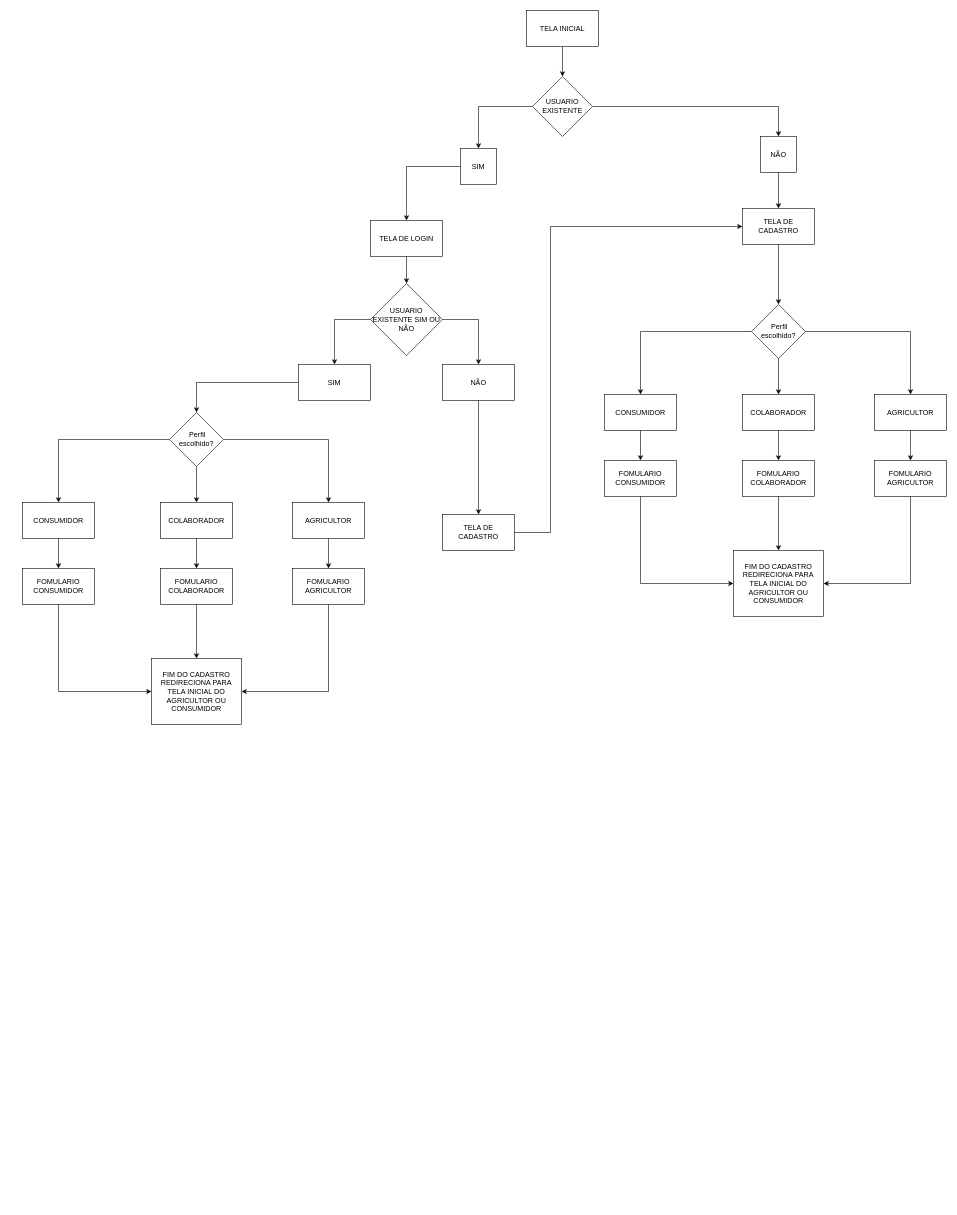
This is Diagrama sem nome.drawio from 4lisson0/cyberzone, a draw.io file, before an edit. Source tidied: cells renumbered, new cells numbered last; positions are measured from the earlier drawing's top-left corner, leaving out a move shared by most shapes. Both pictures are drawn from the tidied source at 60%, with x=0, y=0 at pixel (22, 10).
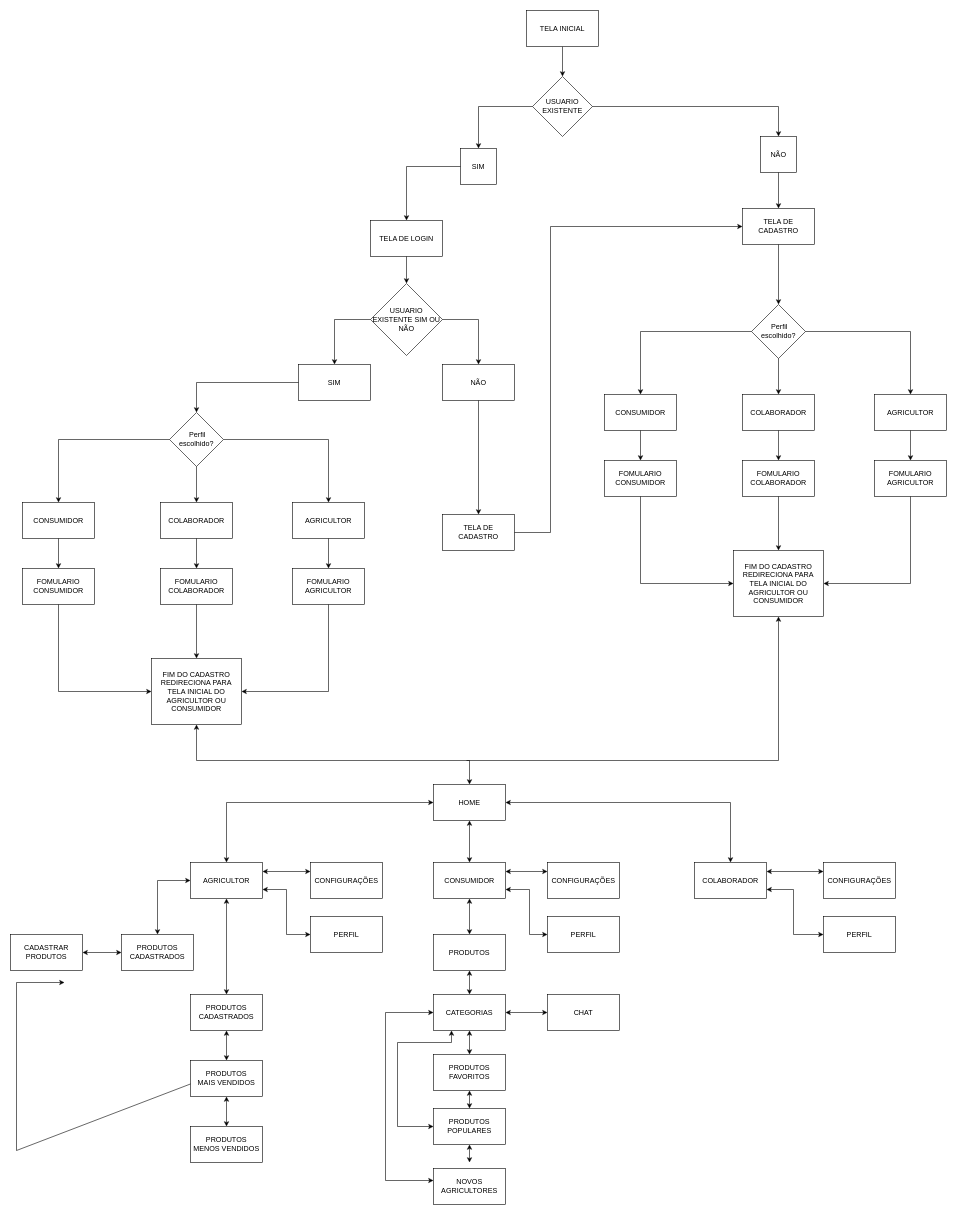
Above is the later version.

The change refers to these unchanged cells:
```xml
<mxCell id="15" value="SIM" style="rounded=0;whiteSpace=wrap;html=1;" parent="1" vertex="1">
  <mxGeometry x="460" y="590" width="120" height="60" as="geometry" />
</mxCell>
<mxCell id="24" value="AGRICULTOR" style="rounded=0;whiteSpace=wrap;html=1;" parent="1" vertex="1">
  <mxGeometry x="450" y="820" width="120" height="60" as="geometry" />
</mxCell>
<mxCell id="25" value="CONSUMIDOR" style="rounded=0;whiteSpace=wrap;html=1;" parent="1" vertex="1">
  <mxGeometry y="820" width="120" height="60" as="geometry" />
</mxCell>
<mxCell id="26" value="FOMULARIO CONSUMIDOR" style="rounded=0;whiteSpace=wrap;html=1;" parent="1" vertex="1">
  <mxGeometry y="930" width="120" height="60" as="geometry" />
</mxCell>
<mxCell id="27" value="FOMULARIO AGRICULTOR" style="rounded=0;whiteSpace=wrap;html=1;" parent="1" vertex="1">
  <mxGeometry x="450" y="930" width="120" height="60" as="geometry" />
</mxCell>
<mxCell id="54" value="FIM DO CADASTRO REDIRECIONA PARA TELA INICIAL DO AGRICULTOR OU CONSUMIDOR" style="rounded=0;whiteSpace=wrap;html=1;" parent="1" vertex="1">
  <mxGeometry x="1185" y="900" width="150" height="110" as="geometry" />
</mxCell>
```

Diff of the diagram source:
```diff
@@
-    <mxCell id="23" value="&lt;div&gt;&amp;nbsp;Perfil escolhido?&lt;/div&gt;" style="rhombus;whiteSpace=wrap;html=1;" parent="1" vertex="1">
-      <mxGeometry x="245" y="670" width="90" height="90" as="geometry" />
-    </mxCell>
@@
-    <mxCell id="28" style="endArrow=classic;html=1;rounded=0;entryX=0.5;entryY=0;entryDx=0;entryDy=0;exitX=0;exitY=0.5;exitDx=0;exitDy=0;" parent="1" edge="1" source="23" target="25">
-      <mxGeometry relative="1" as="geometry">
-        <Array as="points">
-          <mxPoint x="60" y="715" />
-        </Array>
-      </mxGeometry>
-    </mxCell>
-    <mxCell id="29" style="endArrow=classic;html=1;rounded=0;entryX=0.5;entryY=0;entryDx=0;entryDy=0;exitX=1;exitY=0.5;exitDx=0;exitDy=0;" parent="1" edge="1" source="23" target="24">
+    <mxCell id="29" style="endArrow=classic;html=1;rounded=0;entryX=0.5;entryY=0;entryDx=0;entryDy=0;exitX=1;exitY=0.5;exitDx=0;exitDy=0;" parent="1" edge="1" target="24">
       <mxGeometry relative="1" as="geometry">
+        <mxPoint x="335" y="715" as="sourcePoint" />
         <Array as="points">
           <mxPoint x="510" y="715" />
         </Array>
       </mxGeometry>
     </mxCell>
-    <mxCell id="30" style="endArrow=classic;html=1;rounded=0;exitX=0.5;exitY=1;exitDx=0;exitDy=0;entryX=0.5;entryY=0;entryDx=0;entryDy=0;" parent="1" edge="1" source="25" target="26">
-      <mxGeometry relative="1" as="geometry" />
-    </mxCell>
-    <mxCell id="31" style="endArrow=classic;html=1;rounded=0;exitX=0;exitY=0.5;exitDx=0;exitDy=0;entryX=0.5;entryY=0;entryDx=0;entryDy=0;" parent="1" edge="1" source="15" target="23">
+    <mxCell id="31" style="endArrow=classic;html=1;rounded=0;exitX=0;exitY=0.5;exitDx=0;exitDy=0;entryX=0.5;entryY=0;entryDx=0;entryDy=0;" parent="1" edge="1" source="15">
       <mxGeometry relative="1" as="geometry">
+        <mxPoint x="290" y="670" as="targetPoint" />
         <Array as="points">
           <mxPoint x="290" y="620" />
         </Array>
       </mxGeometry>
     </mxCell>
-    <mxCell id="32" value="COLABORADOR" style="rounded=0;whiteSpace=wrap;html=1;" parent="1" vertex="1">
-      <mxGeometry x="230" y="820" width="120" height="60" as="geometry" />
-    </mxCell>
-    <mxCell id="33" value="FOMULARIO COLABORADOR" style="rounded=0;whiteSpace=wrap;html=1;" parent="1" vertex="1">
-      <mxGeometry x="230" y="930" width="120" height="60" as="geometry" />
-    </mxCell>
-    <mxCell id="34" style="endArrow=classic;html=1;rounded=0;exitX=0.5;exitY=1;exitDx=0;exitDy=0;entryX=0.5;entryY=0;entryDx=0;entryDy=0;" parent="1" edge="1" source="32" target="33">
-      <mxGeometry relative="1" as="geometry" />
-    </mxCell>
-    <mxCell id="35" style="endArrow=classic;html=1;rounded=0;exitX=0.5;exitY=1;exitDx=0;exitDy=0;entryX=0.5;entryY=0;entryDx=0;entryDy=0;" parent="1" edge="1" source="23" target="32">
-      <mxGeometry relative="1" as="geometry" />
-    </mxCell>
@@
-    <mxCell id="37" value="FIM DO CADASTRO REDIRECIONA PARA TELA INICIAL DO AGRICULTOR OU CONSUMIDOR" style="rounded=0;whiteSpace=wrap;html=1;" parent="1" vertex="1">
-      <mxGeometry x="215" y="1080" width="150" height="110" as="geometry" />
-    </mxCell>
-    <mxCell id="38" style="endArrow=classic;html=1;rounded=0;entryX=1;entryY=0.5;entryDx=0;entryDy=0;exitX=0.5;exitY=1;exitDx=0;exitDy=0;" parent="1" edge="1" source="27" target="37">
+    <mxCell id="38" style="endArrow=classic;html=1;rounded=0;entryX=1;entryY=0.5;entryDx=0;entryDy=0;exitX=0.5;exitY=1;exitDx=0;exitDy=0;" parent="1" edge="1" source="27">
       <mxGeometry relative="1" as="geometry">
+        <mxPoint x="365" y="1135" as="targetPoint" />
         <Array as="points">
           <mxPoint x="510" y="1135" />
         </Array>
       </mxGeometry>
     </mxCell>
-    <mxCell id="39" style="endArrow=classic;html=1;rounded=0;exitX=0.5;exitY=1;exitDx=0;exitDy=0;entryX=0;entryY=0.5;entryDx=0;entryDy=0;" parent="1" edge="1" source="26" target="37">
-      <mxGeometry relative="1" as="geometry">
-        <Array as="points">
-          <mxPoint x="60" y="1135" />
-        </Array>
-      </mxGeometry>
-    </mxCell>
-    <mxCell id="40" style="endArrow=classic;html=1;rounded=0;exitX=0.5;exitY=1;exitDx=0;exitDy=0;entryX=0.5;entryY=0;entryDx=0;entryDy=0;" parent="1" edge="1" source="33" target="37">
-      <mxGeometry relative="1" as="geometry" />
-    </mxCell>
@@
+    <mxCell id="58" value="CHAT" style="rounded=0;whiteSpace=wrap;html=1;" parent="1" vertex="1">
+      <mxGeometry x="875" y="1640" width="120" height="60" as="geometry" />
+    </mxCell>
+    <mxCell id="59" style="endArrow=classic;startArrow=classic;html=1;rounded=0;entryX=0;entryY=0.5;entryDx=0;entryDy=0;exitX=0;exitY=0.5;exitDx=0;exitDy=0;" parent="1" edge="1">
+      <mxGeometry relative="1" as="geometry">
+        <mxPoint x="330" y="1770" as="sourcePoint" />
+        <mxPoint x="70" y="1620" as="targetPoint" />
+        <Array as="points">
+          <mxPoint x="-10" y="1900" />
+          <mxPoint x="-10" y="1620" />
+        </Array>
+      </mxGeometry>
+    </mxCell>
+    <mxCell id="23" value="&lt;div&gt;&amp;nbsp;Perfil escolhido?&lt;/div&gt;" style="rhombus;whiteSpace=wrap;html=1;" parent="1" vertex="1">
+      <mxGeometry x="245" y="670" width="90" height="90" as="geometry" />
+    </mxCell>
+    <mxCell id="60" style="endArrow=classic;html=1;rounded=0;entryX=0.5;entryY=0;entryDx=0;entryDy=0;exitX=0;exitY=0.5;exitDx=0;exitDy=0;" parent="1" edge="1" source="23">
+      <mxGeometry relative="1" as="geometry">
+        <mxPoint x="60" y="820" as="targetPoint" />
+        <Array as="points">
+          <mxPoint x="60" y="715" />
+        </Array>
+      </mxGeometry>
+    </mxCell>
+    <mxCell id="61" style="endArrow=classic;html=1;rounded=0;exitX=0.5;exitY=1;exitDx=0;exitDy=0;entryX=0.5;entryY=0;entryDx=0;entryDy=0;" parent="1" edge="1">
+      <mxGeometry relative="1" as="geometry">
+        <mxPoint x="60" y="880" as="sourcePoint" />
+        <mxPoint x="60" y="930" as="targetPoint" />
+      </mxGeometry>
+    </mxCell>
+    <mxCell id="62" value="COLABORADOR" style="rounded=0;whiteSpace=wrap;html=1;" parent="1" vertex="1">
+      <mxGeometry x="230" y="820" width="120" height="60" as="geometry" />
+    </mxCell>
+    <mxCell id="33" value="FOMULARIO COLABORADOR" style="rounded=0;whiteSpace=wrap;html=1;" parent="1" vertex="1">
+      <mxGeometry x="230" y="930" width="120" height="60" as="geometry" />
+    </mxCell>
+    <mxCell id="63" style="endArrow=classic;html=1;rounded=0;exitX=0.5;exitY=1;exitDx=0;exitDy=0;entryX=0.5;entryY=0;entryDx=0;entryDy=0;" parent="1" edge="1" source="62" target="33">
+      <mxGeometry relative="1" as="geometry" />
+    </mxCell>
+    <mxCell id="64" style="endArrow=classic;html=1;rounded=0;exitX=0.5;exitY=1;exitDx=0;exitDy=0;entryX=0.5;entryY=0;entryDx=0;entryDy=0;" parent="1" edge="1" source="23" target="62">
+      <mxGeometry relative="1" as="geometry" />
+    </mxCell>
+    <mxCell id="37" value="FIM DO CADASTRO REDIRECIONA PARA TELA INICIAL DO AGRICULTOR OU CONSUMIDOR" style="rounded=0;whiteSpace=wrap;html=1;" parent="1" vertex="1">
+      <mxGeometry x="215" y="1080" width="150" height="110" as="geometry" />
+    </mxCell>
+    <mxCell id="65" style="endArrow=classic;html=1;rounded=0;exitX=0.5;exitY=1;exitDx=0;exitDy=0;entryX=0;entryY=0.5;entryDx=0;entryDy=0;" parent="1" edge="1" target="37">
+      <mxGeometry relative="1" as="geometry">
+        <mxPoint x="60" y="990" as="sourcePoint" />
+        <Array as="points">
+          <mxPoint x="60" y="1135" />
+        </Array>
+      </mxGeometry>
+    </mxCell>
+    <mxCell id="40" style="endArrow=classic;html=1;rounded=0;exitX=0.5;exitY=1;exitDx=0;exitDy=0;entryX=0.5;entryY=0;entryDx=0;entryDy=0;" parent="1" edge="1" source="33" target="37">
+      <mxGeometry relative="1" as="geometry" />
+    </mxCell>
+    <mxCell id="66" value="HOME" style="rounded=0;whiteSpace=wrap;html=1;" parent="1" vertex="1">
+      <mxGeometry x="685" y="1290" width="120" height="60" as="geometry" />
+    </mxCell>
+    <mxCell id="67" value="CONSUMIDOR" style="rounded=0;whiteSpace=wrap;html=1;" parent="1" vertex="1">
+      <mxGeometry x="685" y="1420" width="120" height="60" as="geometry" />
+    </mxCell>
+    <mxCell id="68" value="PRODUTOS" style="rounded=0;whiteSpace=wrap;html=1;" parent="1" vertex="1">
+      <mxGeometry x="685" y="1540" width="120" height="60" as="geometry" />
+    </mxCell>
+    <mxCell id="69" value="CATEGORIAS" style="rounded=0;whiteSpace=wrap;html=1;" parent="1" vertex="1">
+      <mxGeometry x="685" y="1640" width="120" height="60" as="geometry" />
+    </mxCell>
+    <mxCell id="70" value="PRODUTOS FAVORITOS" style="rounded=0;whiteSpace=wrap;html=1;" parent="1" vertex="1">
+      <mxGeometry x="685" y="1740" width="120" height="60" as="geometry" />
+    </mxCell>
+    <mxCell id="71" value="PRODUTOS POPULARES" style="rounded=0;whiteSpace=wrap;html=1;" parent="1" vertex="1">
+      <mxGeometry x="685" y="1830" width="120" height="60" as="geometry" />
+    </mxCell>
+    <mxCell id="72" value="NOVOS AGRICULTORES" style="rounded=0;whiteSpace=wrap;html=1;" parent="1" vertex="1">
+      <mxGeometry x="685" y="1930" width="120" height="60" as="geometry" />
+    </mxCell>
+    <mxCell id="73" style="endArrow=classic;startArrow=classic;html=1;rounded=0;exitX=0.5;exitY=1;exitDx=0;exitDy=0;entryX=0.5;entryY=0;entryDx=0;entryDy=0;" parent="1" edge="1" source="69" target="70">
+      <mxGeometry relative="1" as="geometry" />
+    </mxCell>
+    <mxCell id="74" style="endArrow=classic;startArrow=classic;html=1;rounded=0;exitX=0.25;exitY=1;exitDx=0;exitDy=0;entryX=0;entryY=0.5;entryDx=0;entryDy=0;" parent="1" edge="1" source="69" target="71">
+      <mxGeometry relative="1" as="geometry">
+        <Array as="points">
+          <mxPoint x="715" y="1720" />
+          <mxPoint x="625" y="1720" />
+          <mxPoint x="625" y="1860" />
+        </Array>
+      </mxGeometry>
+    </mxCell>
+    <mxCell id="75" style="endArrow=classic;startArrow=classic;html=1;rounded=0;exitX=0.5;exitY=1;exitDx=0;exitDy=0;entryX=0.5;entryY=0;entryDx=0;entryDy=0;" parent="1" edge="1" source="70" target="71">
+      <mxGeometry relative="1" as="geometry" />
+    </mxCell>
+    <mxCell id="76" style="endArrow=classic;startArrow=classic;html=1;rounded=0;exitX=0.5;exitY=1;exitDx=0;exitDy=0;entryX=0.5;entryY=0;entryDx=0;entryDy=0;" parent="1" edge="1" source="71">
+      <mxGeometry relative="1" as="geometry">
+        <mxPoint x="745" y="1920" as="targetPoint" />
+      </mxGeometry>
+    </mxCell>
+    <mxCell id="77" style="endArrow=classic;startArrow=classic;html=1;rounded=0;exitX=0.5;exitY=1;exitDx=0;exitDy=0;entryX=0.5;entryY=0;entryDx=0;entryDy=0;" parent="1" edge="1" source="37" target="66">
+      <mxGeometry relative="1" as="geometry">
+        <Array as="points">
+          <mxPoint x="290" y="1250" />
+          <mxPoint x="745" y="1250" />
+        </Array>
+      </mxGeometry>
+    </mxCell>
+    <mxCell id="78" style="endArrow=classic;startArrow=classic;html=1;rounded=0;exitX=0.5;exitY=0;exitDx=0;exitDy=0;" parent="1" edge="1" source="68" target="67">
+      <mxGeometry relative="1" as="geometry" />
+    </mxCell>
+    <mxCell id="79" style="endArrow=classic;startArrow=classic;html=1;rounded=0;exitX=0.5;exitY=1;exitDx=0;exitDy=0;entryX=0.5;entryY=0;entryDx=0;entryDy=0;" parent="1" edge="1" source="68" target="69">
+      <mxGeometry relative="1" as="geometry" />
+    </mxCell>
+    <mxCell id="80" style="endArrow=classic;startArrow=classic;html=1;rounded=0;exitX=1;exitY=0.5;exitDx=0;exitDy=0;entryX=0;entryY=0.5;entryDx=0;entryDy=0;" parent="1" edge="1" source="69" target="58">
+      <mxGeometry relative="1" as="geometry" />
+    </mxCell>
+    <mxCell id="81" style="endArrow=classic;startArrow=classic;html=1;rounded=0;exitX=0.5;exitY=1;exitDx=0;exitDy=0;entryX=0.5;entryY=0;entryDx=0;entryDy=0;" parent="1" edge="1" source="66" target="67">
+      <mxGeometry relative="1" as="geometry" />
+    </mxCell>
+    <mxCell id="82" style="endArrow=classic;startArrow=classic;html=1;rounded=0;exitX=0;exitY=0.5;exitDx=0;exitDy=0;entryX=0;entryY=0.5;entryDx=0;entryDy=0;" parent="1" edge="1" source="69">
+      <mxGeometry relative="1" as="geometry">
+        <mxPoint x="685" y="1950" as="targetPoint" />
+        <Array as="points">
+          <mxPoint x="605" y="1670" />
+          <mxPoint x="605" y="1950" />
+        </Array>
+      </mxGeometry>
+    </mxCell>
+    <mxCell id="83" style="endArrow=classic;html=1;rounded=0;entryX=0.5;entryY=1;entryDx=0;entryDy=0;" parent="1" edge="1" target="54">
+      <mxGeometry relative="1" as="geometry">
+        <mxPoint x="740" y="1250" as="sourcePoint" />
+        <Array as="points">
+          <mxPoint x="1260" y="1250" />
+        </Array>
+      </mxGeometry>
+    </mxCell>
+    <mxCell id="84" value="AGRICULTOR" style="rounded=0;whiteSpace=wrap;html=1;" parent="1" vertex="1">
+      <mxGeometry x="280" y="1420" width="120" height="60" as="geometry" />
+    </mxCell>
+    <mxCell id="85" value="PRODUTOS&lt;div&gt;CADASTRADOS&lt;/div&gt;" style="rounded=0;whiteSpace=wrap;html=1;" parent="1" vertex="1">
+      <mxGeometry x="165" y="1540" width="120" height="60" as="geometry" />
+    </mxCell>
+    <mxCell id="86" style="endArrow=classic;startArrow=classic;html=1;rounded=0;exitX=0;exitY=0.5;exitDx=0;exitDy=0;entryX=1;entryY=0.5;entryDx=0;entryDy=0;exitPerimeter=0;" parent="1" edge="1" source="85" target="90">
+      <mxGeometry relative="1" as="geometry" />
+    </mxCell>
+    <mxCell id="87" style="endArrow=classic;startArrow=classic;html=1;rounded=0;exitX=0.5;exitY=0;exitDx=0;exitDy=0;entryX=0;entryY=0.5;entryDx=0;entryDy=0;" parent="1" edge="1" source="84" target="66">
+      <mxGeometry relative="1" as="geometry">
+        <Array as="points">
+          <mxPoint x="340" y="1320" />
+        </Array>
+      </mxGeometry>
+    </mxCell>
+    <mxCell id="88" value="COLABORADOR" style="rounded=0;whiteSpace=wrap;html=1;" parent="1" vertex="1">
+      <mxGeometry x="1120" y="1420" width="120" height="60" as="geometry" />
+    </mxCell>
+    <mxCell id="89" style="endArrow=classic;startArrow=classic;html=1;rounded=0;entryX=0.5;entryY=0;entryDx=0;entryDy=0;exitX=1;exitY=0.5;exitDx=0;exitDy=0;" parent="1" edge="1" source="66" target="88">
+      <mxGeometry relative="1" as="geometry">
+        <Array as="points">
+          <mxPoint x="1180" y="1320" />
+        </Array>
+      </mxGeometry>
+    </mxCell>
+    <mxCell id="90" value="CADASTRAR PRODUTOS" style="rounded=0;whiteSpace=wrap;html=1;" parent="1" vertex="1">
+      <mxGeometry x="-20" y="1540" width="120" height="60" as="geometry" />
+    </mxCell>
+    <mxCell id="91" value="CONFIGURAÇÕES" style="rounded=0;whiteSpace=wrap;html=1;" parent="1" vertex="1">
+      <mxGeometry x="875" y="1420" width="120" height="60" as="geometry" />
+    </mxCell>
+    <mxCell id="92" value="PERFIL" style="rounded=0;whiteSpace=wrap;html=1;" parent="1" vertex="1">
+      <mxGeometry x="875" y="1510" width="120" height="60" as="geometry" />
+    </mxCell>
+    <mxCell id="93" style="endArrow=classic;startArrow=classic;html=1;rounded=0;entryX=0;entryY=0.25;entryDx=0;entryDy=0;exitX=1;exitY=0.25;exitDx=0;exitDy=0;" parent="1" edge="1" source="67" target="91">
+      <mxGeometry relative="1" as="geometry" />
+    </mxCell>
+    <mxCell id="94" style="endArrow=classic;startArrow=classic;html=1;rounded=0;entryX=0;entryY=0.5;entryDx=0;entryDy=0;exitX=1;exitY=0.75;exitDx=0;exitDy=0;" parent="1" edge="1" source="67" target="92">
+      <mxGeometry relative="1" as="geometry">
+        <Array as="points">
+          <mxPoint x="845" y="1465" />
+          <mxPoint x="845" y="1540" />
+        </Array>
+      </mxGeometry>
+    </mxCell>
+    <mxCell id="95" value="CONFIGURAÇÕES" style="rounded=0;whiteSpace=wrap;html=1;" parent="1" vertex="1">
+      <mxGeometry x="1335" y="1420" width="120" height="60" as="geometry" />
+    </mxCell>
+    <mxCell id="96" value="PERFIL" style="rounded=0;whiteSpace=wrap;html=1;" parent="1" vertex="1">
+      <mxGeometry x="1335" y="1510" width="120" height="60" as="geometry" />
+    </mxCell>
+    <mxCell id="97" style="endArrow=classic;startArrow=classic;html=1;rounded=0;entryX=0;entryY=0.25;entryDx=0;entryDy=0;exitX=1;exitY=0.25;exitDx=0;exitDy=0;" parent="1" edge="1" source="88" target="95">
+      <mxGeometry relative="1" as="geometry" />
+    </mxCell>
+    <mxCell id="98" style="endArrow=classic;startArrow=classic;html=1;rounded=0;entryX=0;entryY=0.5;entryDx=0;entryDy=0;exitX=1;exitY=0.75;exitDx=0;exitDy=0;" parent="1" edge="1" source="88" target="96">
+      <mxGeometry relative="1" as="geometry">
+        <Array as="points">
+          <mxPoint x="1285" y="1465" />
+          <mxPoint x="1285" y="1540" />
+        </Array>
+      </mxGeometry>
+    </mxCell>
+    <mxCell id="99" value="CONFIGURAÇÕES" style="rounded=0;whiteSpace=wrap;html=1;" parent="1" vertex="1">
+      <mxGeometry x="480" y="1420" width="120" height="60" as="geometry" />
+    </mxCell>
+    <mxCell id="100" value="PERFIL" style="rounded=0;whiteSpace=wrap;html=1;" parent="1" vertex="1">
+      <mxGeometry x="480" y="1510" width="120" height="60" as="geometry" />
+    </mxCell>
+    <mxCell id="101" style="endArrow=classic;startArrow=classic;html=1;rounded=0;entryX=0;entryY=0.25;entryDx=0;entryDy=0;exitX=1;exitY=0.25;exitDx=0;exitDy=0;" parent="1" edge="1" source="84" target="99">
+      <mxGeometry relative="1" as="geometry" />
+    </mxCell>
+    <mxCell id="102" style="endArrow=classic;startArrow=classic;html=1;rounded=0;exitX=1;exitY=0.75;exitDx=0;exitDy=0;entryX=0;entryY=0.5;entryDx=0;entryDy=0;" parent="1" edge="1" source="84" target="100">
+      <mxGeometry relative="1" as="geometry">
+        <Array as="points">
+          <mxPoint x="440" y="1465" />
+          <mxPoint x="440" y="1540" />
+        </Array>
+      </mxGeometry>
+    </mxCell>
+    <mxCell id="103" value="PRODUTOS&lt;div&gt;CADASTRADOS&lt;/div&gt;" style="rounded=0;whiteSpace=wrap;html=1;" parent="1" vertex="1">
+      <mxGeometry x="280" y="1640" width="120" height="60" as="geometry" />
+    </mxCell>
+    <mxCell id="104" style="endArrow=classic;startArrow=classic;html=1;rounded=0;exitX=0.5;exitY=0;exitDx=0;exitDy=0;entryX=0;entryY=0.5;entryDx=0;entryDy=0;" parent="1" edge="1" source="85" target="84">
+      <mxGeometry relative="1" as="geometry">
+        <Array as="points">
+          <mxPoint x="225" y="1450" />
+        </Array>
+      </mxGeometry>
+    </mxCell>
+    <mxCell id="105" style="endArrow=classic;startArrow=classic;html=1;rounded=0;entryX=0.5;entryY=1;entryDx=0;entryDy=0;exitX=0.5;exitY=0;exitDx=0;exitDy=0;" parent="1" edge="1" source="103" target="84">
+      <mxGeometry relative="1" as="geometry" />
+    </mxCell>
+    <mxCell id="106" value="PRODUTOS&lt;div&gt;MAIS VENDIDOS&lt;/div&gt;" style="rounded=0;whiteSpace=wrap;html=1;" parent="1" vertex="1">
+      <mxGeometry x="280" y="1750" width="120" height="60" as="geometry" />
+    </mxCell>
+    <mxCell id="107" value="PRODUTOS&lt;div&gt;MENOS VENDIDOS&lt;/div&gt;" style="rounded=0;whiteSpace=wrap;html=1;" parent="1" vertex="1">
+      <mxGeometry x="280" y="1860" width="120" height="60" as="geometry" />
+    </mxCell>
+    <mxCell id="108" style="endArrow=classic;startArrow=classic;html=1;rounded=0;exitX=0.5;exitY=1;exitDx=0;exitDy=0;entryX=0.5;entryY=0;entryDx=0;entryDy=0;" parent="1" edge="1" source="103" target="106">
+      <mxGeometry relative="1" as="geometry" />
+    </mxCell>
+    <mxCell id="109" style="endArrow=classic;startArrow=classic;html=1;rounded=0;exitX=0.5;exitY=1;exitDx=0;exitDy=0;entryX=0.5;entryY=0;entryDx=0;entryDy=0;" parent="1" edge="1" source="106" target="107">
+      <mxGeometry relative="1" as="geometry" />
+    </mxCell>
```
